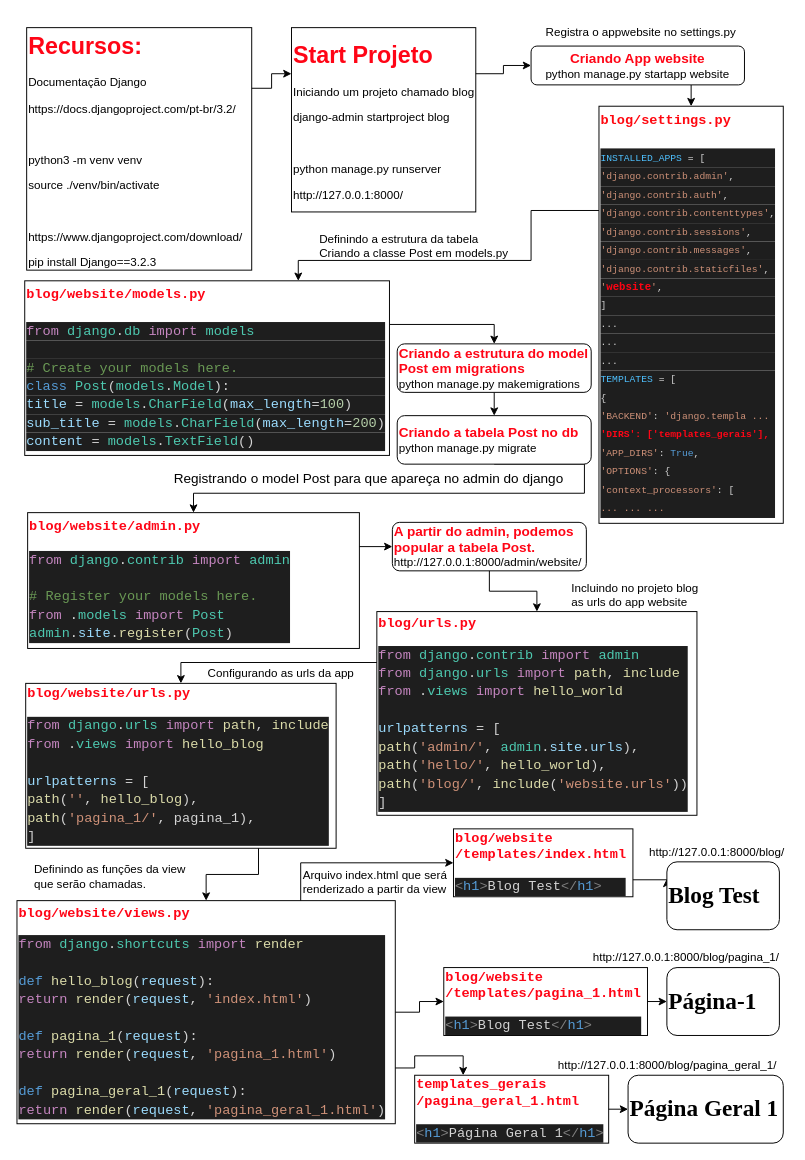
This is page "Page-1" (1 of 8) of recursos/appBasico.drawio from rprojetos/cursoDjango, a draw.io file, before an edit. Source tidied: cells renumbered, new cells numbered last; positions are measured from the earlier drawing's top-left corner, leaving out a move shared by most shapes. Both pictures are drawn from the tidied source at 97%, with x=0, y=0 at pixel (16, 22).
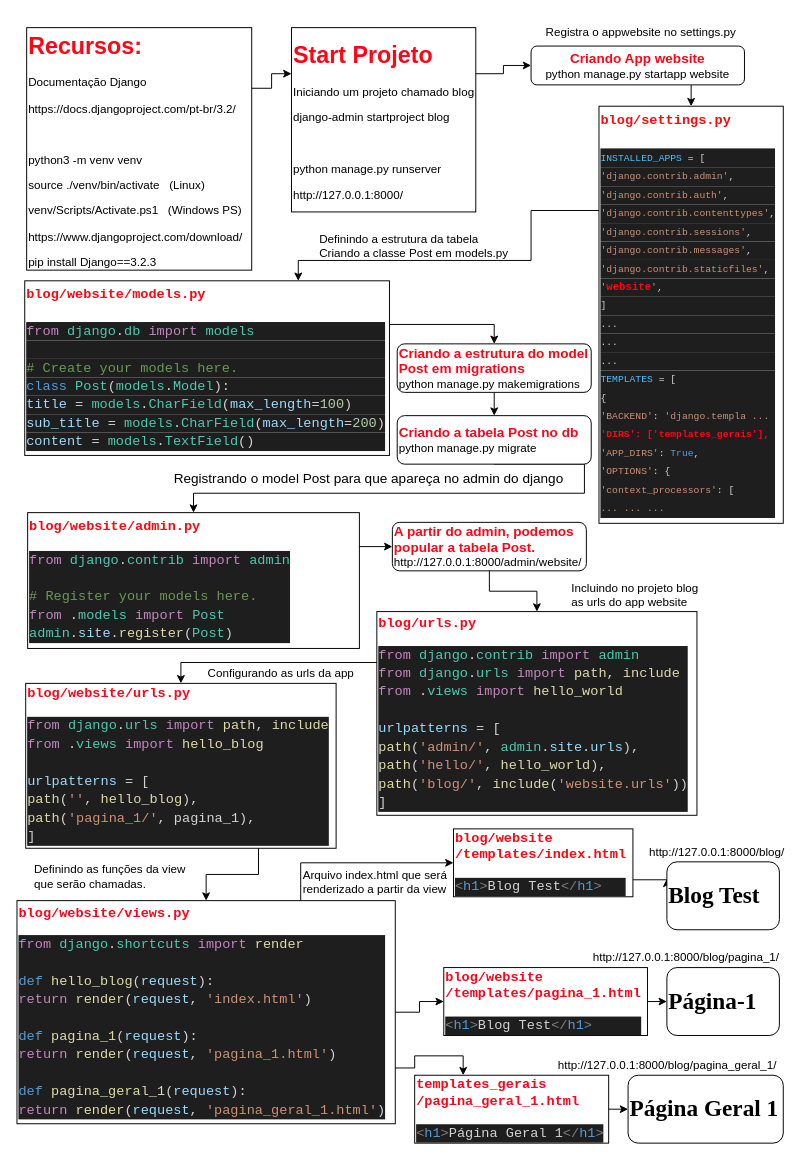
After the change.

Diff of the diagram source:
```diff
@@
-    <mxCell id="36" value="&lt;h1&gt;&lt;font color=&quot;#ff0516&quot;&gt;Recursos:&lt;/font&gt;&lt;/h1&gt;&lt;p&gt;Documentação Django&lt;/p&gt;&lt;p&gt;https://docs.djangoproject.com/pt-br/3.2/&lt;/p&gt;&lt;p&gt;&lt;br&gt;&lt;/p&gt;&lt;p&gt;python3 -m venv venv&lt;/p&gt;&lt;p&gt;&lt;/p&gt;&lt;p&gt;source ./venv/bin/activate&lt;/p&gt;&lt;p&gt;&lt;br&gt;&lt;/p&gt;&lt;p&gt;https://www.djangoproject.com/download/&lt;/p&gt;&lt;p&gt;&lt;/p&gt;&lt;p&gt;pip install Django==3.2.3&lt;/p&gt;" style="rounded=0;whiteSpace=wrap;html=1;strokeColor=#000000;fillColor=none;gradientColor=none;align=left;" parent="1" vertex="1">
+    <mxCell id="36" value="&lt;h1&gt;&lt;font color=&quot;#ff0516&quot;&gt;Recursos:&lt;/font&gt;&lt;/h1&gt;&lt;p&gt;Documentação Django&lt;/p&gt;&lt;p&gt;https://docs.djangoproject.com/pt-br/3.2/&lt;/p&gt;&lt;p&gt;&lt;br&gt;&lt;/p&gt;&lt;p&gt;python3 -m venv venv&lt;/p&gt;&lt;p&gt;&lt;/p&gt;&lt;p&gt;source ./venv/bin/activate&amp;nbsp; &amp;nbsp;(Linux)&lt;/p&gt;&lt;p&gt;venv/Scripts/Activate.ps1&amp;nbsp; &amp;nbsp;(Windows PS)&lt;br&gt;&lt;/p&gt;&lt;p&gt;https://www.djangoproject.com/download/&lt;/p&gt;&lt;p&gt;&lt;/p&gt;&lt;p&gt;pip install Django==3.2.3&lt;/p&gt;" style="rounded=0;whiteSpace=wrap;html=1;strokeColor=#000000;fillColor=none;gradientColor=none;align=left;" parent="1" vertex="1">
       <mxGeometry x="10" y="5" width="232" height="250" as="geometry" />
     </mxCell>
```
